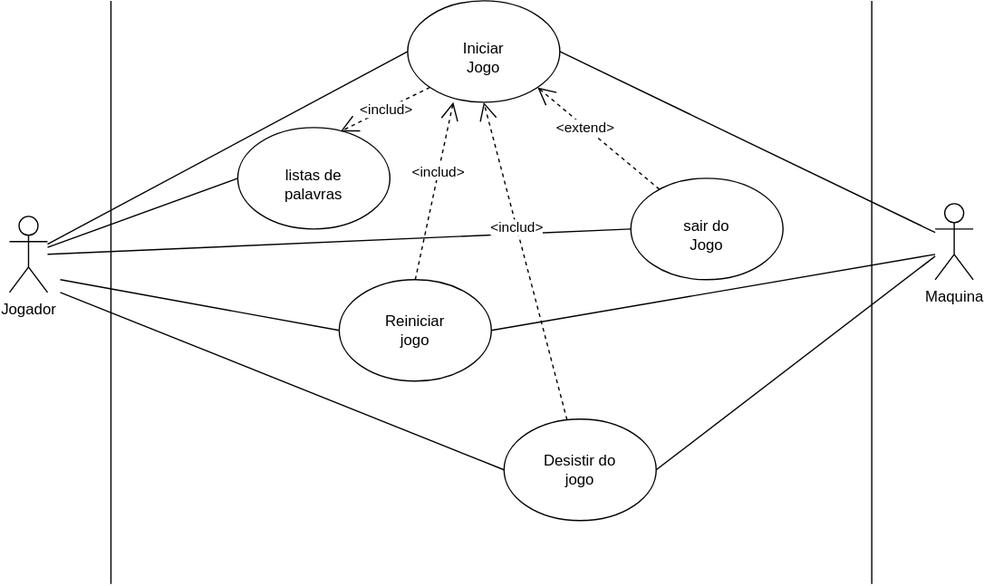
Rob3rt2/Jogo_forca keeps this draw.io diagram as diagrama caso de uso forca.drawio.svg. Above is the earlier version. Source tidied: cells renumbered, new cells last; positions are measured from the earlier drawing's top-left corner, leaving out a move shared by most shapes.
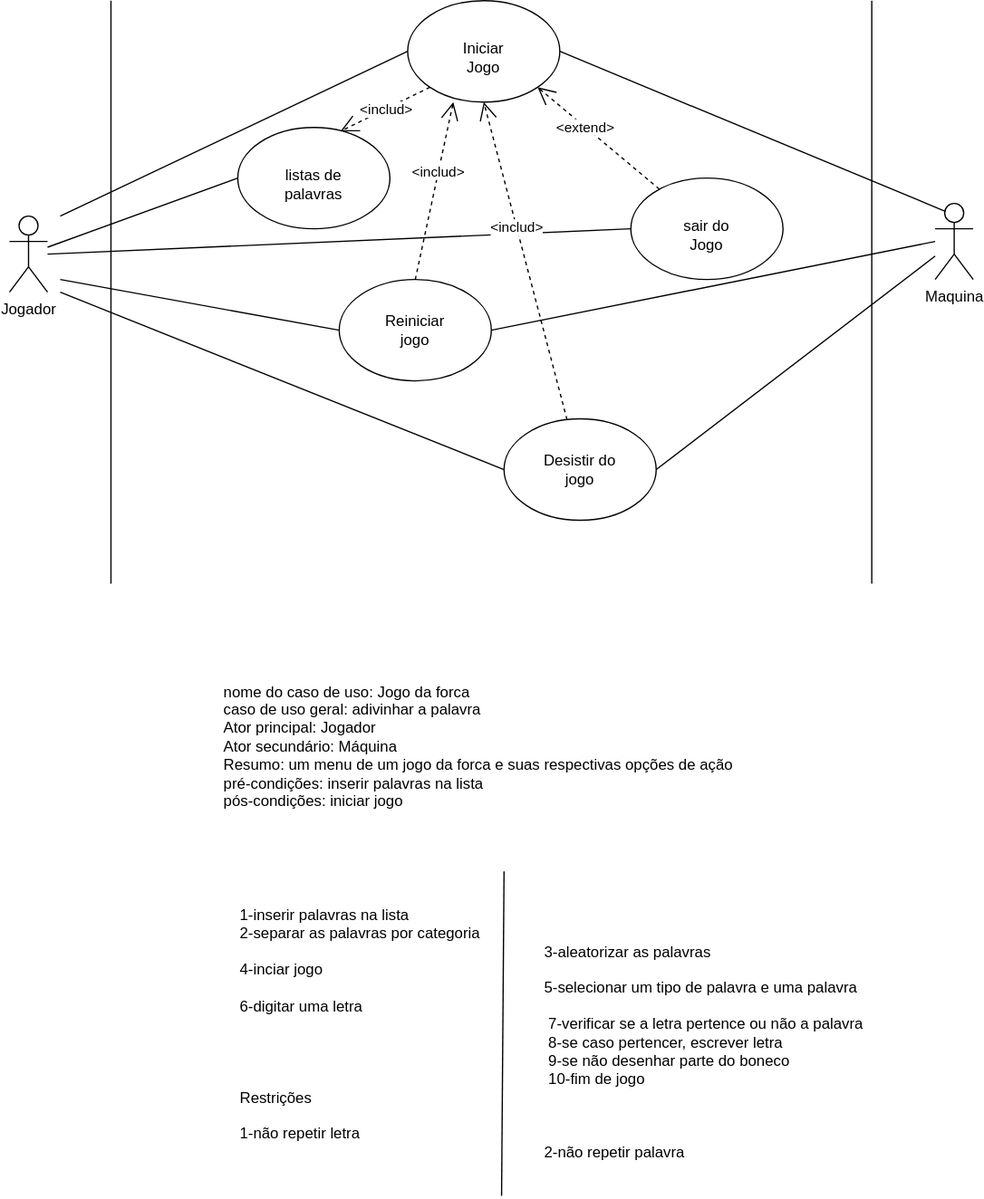
After the change.

Commit message:
adicionando documentação

Change to the diagram source:
```diff
@@ -32,10 +32,12 @@
     <mxCell id="9" value="Maquina" style="shape=umlActor;verticalLabelPosition=bottom;verticalAlign=top;html=1;outlineConnect=0;" parent="1" vertex="1">
       <mxGeometry x="730" y="160" width="30" height="60" as="geometry" />
     </mxCell>
-    <mxCell id="10" style="endArrow=none;html=1;rounded=0;entryX=0;entryY=0.5;entryDx=0;entryDy=0;" parent="1" edge="1" source="8" target="2">
-      <mxGeometry relative="1" as="geometry" />
+    <mxCell id="10" style="endArrow=none;html=1;rounded=0;entryX=0;entryY=0.5;entryDx=0;entryDy=0;" parent="1" edge="1" target="2">
+      <mxGeometry relative="1" as="geometry">
+        <mxPoint x="40" y="170" as="sourcePoint" />
+      </mxGeometry>
     </mxCell>
-    <mxCell id="11" style="endArrow=none;html=1;rounded=0;exitX=1;exitY=0.5;exitDx=0;exitDy=0;" parent="1" edge="1" source="2" target="9">
+    <mxCell id="11" style="endArrow=none;html=1;rounded=0;exitX=1;exitY=0.5;exitDx=0;exitDy=0;entryX=0.25;entryY=0.1;entryDx=0;entryDy=0;entryPerimeter=0;" parent="1" edge="1" source="2" target="9">
       <mxGeometry relative="1" as="geometry" />
     </mxCell>
     <mxCell id="12" value="Iniciar Jogo" style="text;html=1;strokeColor=none;fillColor=none;align=center;verticalAlign=middle;whiteSpace=wrap;rounded=0;" parent="1" vertex="1">
@@ -88,11 +90,23 @@
     </mxCell>
     <mxCell id="26" style="endArrow=none;html=1;rounded=0;exitX=1;exitY=0.5;exitDx=0;exitDy=0;" parent="1" edge="1" source="23">
       <mxGeometry relative="1" as="geometry">
-        <mxPoint x="730" y="200" as="targetPoint" />
+        <mxPoint x="730" y="190" as="targetPoint" />
       </mxGeometry>
     </mxCell>
     <mxCell id="27" value="&amp;lt;includ&amp;gt;" style="endArrow=open;endSize=12;dashed=1;html=1;rounded=0;entryX=0.3;entryY=1;entryDx=0;entryDy=0;exitX=0.5;exitY=0;exitDx=0;exitDy=0;entryPerimeter=0;" parent="1" edge="1" source="23" target="2">
       <mxGeometry x="0.21" relative="1" as="geometry" />
     </mxCell>
+    <mxCell id="28" value="&lt;div style=&quot;text-align: left;&quot;&gt;nome do caso de uso: Jogo da forca&lt;/div&gt;&lt;div style=&quot;text-align: left;&quot;&gt;caso de uso geral: adivinhar a palavra&lt;/div&gt;&lt;div style=&quot;text-align: left;&quot;&gt;Ator principal: Jogador&lt;/div&gt;&lt;div style=&quot;text-align: left;&quot;&gt;Ator secundário: Máquina&lt;/div&gt;&lt;div style=&quot;text-align: left;&quot;&gt;Resumo: um menu de um jogo da forca e suas respectivas opções de ação&lt;/div&gt;&lt;div style=&quot;text-align: left;&quot;&gt;pré-condições: inserir palavras na lista&lt;/div&gt;&lt;div style=&quot;text-align: left;&quot;&gt;pós-condições: iniciar jogo&lt;/div&gt;&lt;div style=&quot;text-align: left;&quot;&gt;&lt;br&gt;&lt;/div&gt;&lt;div&gt;&lt;br&gt;&lt;/div&gt;&lt;div&gt;&lt;br&gt;&lt;/div&gt;" style="text;html=1;strokeColor=none;fillColor=none;align=center;verticalAlign=middle;whiteSpace=wrap;rounded=0;" parent="1" vertex="1">
+      <mxGeometry x="100" y="520" width="540" height="180" as="geometry" />
+    </mxCell>
+    <mxCell id="29" value="&lt;div style=&quot;border-color: var(--border-color);&quot;&gt;1-inserir palavras na lista&lt;/div&gt;&lt;div style=&quot;border-color: var(--border-color);&quot;&gt;2-separar as palavras por categoria&lt;/div&gt;&lt;div style=&quot;border-color: var(--border-color);&quot;&gt;&lt;span style=&quot;border-color: var(--border-color);&quot;&gt;&lt;span style=&quot;border-color: var(--border-color);&quot;&gt;&lt;span style=&quot;border-color: var(--border-color);&quot;&gt;&amp;nbsp;&amp;nbsp;&amp;nbsp;&amp;nbsp;&lt;/span&gt;&lt;span style=&quot;border-color: var(--border-color);&quot;&gt;&amp;nbsp;&amp;nbsp;&amp;nbsp;&amp;nbsp;&lt;/span&gt;&lt;span style=&quot;border-color: var(--border-color);&quot;&gt;&amp;nbsp;&amp;nbsp;&amp;nbsp;&amp;nbsp;&lt;/span&gt;&lt;span style=&quot;border-color: var(--border-color);&quot;&gt;&amp;nbsp;&amp;nbsp;&amp;nbsp;&amp;nbsp;&lt;span style=&quot;white-space: pre;&quot;&gt;&#9;&lt;/span&gt;&lt;span style=&quot;white-space: pre;&quot;&gt;&#9;&lt;/span&gt;&lt;span style=&quot;white-space: pre;&quot;&gt;&#9;&lt;/span&gt;&lt;span style=&quot;white-space: pre;&quot;&gt;&#9;&lt;/span&gt;&lt;span style=&quot;white-space: pre;&quot;&gt;&#9;&lt;/span&gt;&lt;span style=&quot;white-space: pre;&quot;&gt;&#9;&lt;/span&gt;&lt;span style=&quot;white-space: pre;&quot;&gt;&#9;&lt;/span&gt;&lt;/span&gt;&lt;/span&gt;3-aleatorizar as palavras&lt;/span&gt;&lt;/div&gt;&lt;div style=&quot;border-color: var(--border-color);&quot;&gt;4-inciar jogo&lt;/div&gt;&lt;div style=&quot;border-color: var(--border-color);&quot;&gt;&lt;span style=&quot;border-color: var(--border-color);&quot;&gt;&lt;span style=&quot;border-color: var(--border-color);&quot;&gt;&lt;span style=&quot;border-color: var(--border-color);&quot;&gt;&amp;nbsp;&amp;nbsp;&amp;nbsp;&amp;nbsp;&lt;/span&gt;&lt;span style=&quot;border-color: var(--border-color);&quot;&gt;&amp;nbsp;&amp;nbsp;&amp;nbsp;&amp;nbsp;&lt;/span&gt;&lt;span style=&quot;border-color: var(--border-color);&quot;&gt;&amp;nbsp;&amp;nbsp;&amp;nbsp;&amp;nbsp;&lt;/span&gt;&lt;span style=&quot;border-color: var(--border-color);&quot;&gt;&amp;nbsp;&amp;nbsp;&amp;nbsp;&amp;nbsp;&lt;span style=&quot;white-space: pre;&quot;&gt;&#9;&lt;/span&gt;&lt;span style=&quot;white-space: pre;&quot;&gt;&#9;&lt;/span&gt;&lt;span style=&quot;white-space: pre;&quot;&gt;&#9;&lt;/span&gt;&lt;span style=&quot;white-space: pre;&quot;&gt;&#9;&lt;/span&gt;&lt;span style=&quot;white-space: pre;&quot;&gt;&#9;&lt;/span&gt;&lt;span style=&quot;white-space: pre;&quot;&gt;&#9;&lt;/span&gt;&lt;span style=&quot;white-space: pre;&quot;&gt;&#9;&lt;/span&gt;&lt;/span&gt;&lt;/span&gt;5-selecionar um tipo de palavra e uma palavra&lt;/span&gt;&lt;/div&gt;&lt;div style=&quot;border-color: var(--border-color);&quot;&gt;6-digitar uma letra&lt;/div&gt;&lt;div style=&quot;border-color: var(--border-color);&quot;&gt;&lt;span style=&quot;border-color: var(--border-color);&quot;&gt;&lt;span style=&quot;border-color: var(--border-color);&quot;&gt;&lt;span style=&quot;border-color: var(--border-color);&quot;&gt;&amp;nbsp;&amp;nbsp;&amp;nbsp;&amp;nbsp;&lt;/span&gt;&lt;span style=&quot;border-color: var(--border-color);&quot;&gt;&amp;nbsp;&amp;nbsp;&amp;nbsp;&amp;nbsp;&lt;/span&gt;&lt;span style=&quot;border-color: var(--border-color);&quot;&gt;&amp;nbsp;&amp;nbsp;&amp;nbsp;&amp;nbsp;&lt;/span&gt;&lt;span style=&quot;border-color: var(--border-color);&quot;&gt;&amp;nbsp;&amp;nbsp;&amp;nbsp;&amp;nbsp;&lt;span style=&quot;white-space: pre;&quot;&gt;&#9;&lt;/span&gt;&lt;span style=&quot;white-space: pre;&quot;&gt;&#9;&lt;/span&gt;&lt;span style=&quot;white-space: pre;&quot;&gt;&#9;&lt;/span&gt;&lt;span style=&quot;white-space: pre;&quot;&gt;&#9;&lt;/span&gt;&lt;span style=&quot;white-space: pre;&quot;&gt;&#9;&lt;/span&gt;&lt;span style=&quot;white-space: pre;&quot;&gt;&#9;&lt;/span&gt;&lt;span style=&quot;white-space: pre;&quot;&gt;&#9;&lt;/span&gt;&amp;nbsp;&lt;/span&gt;&lt;/span&gt;7-verificar se a letra pertence ou não a palavra&lt;/span&gt;&lt;/div&gt;&lt;div style=&quot;border-color: var(--border-color);&quot;&gt;&lt;span style=&quot;border-color: var(--border-color);&quot;&gt;&lt;span style=&quot;border-color: var(--border-color);&quot;&gt;&lt;span style=&quot;border-color: var(--border-color);&quot;&gt;&amp;nbsp;&amp;nbsp;&amp;nbsp;&amp;nbsp;&lt;/span&gt;&lt;span style=&quot;border-color: var(--border-color);&quot;&gt;&amp;nbsp;&amp;nbsp;&amp;nbsp;&amp;nbsp;&lt;/span&gt;&lt;span style=&quot;border-color: var(--border-color);&quot;&gt;&amp;nbsp;&amp;nbsp;&amp;nbsp;&amp;nbsp;&lt;/span&gt;&lt;span style=&quot;border-color: var(--border-color);&quot;&gt;&amp;nbsp;&amp;nbsp;&amp;nbsp;&lt;span style=&quot;white-space: pre;&quot;&gt;&#9;&lt;/span&gt;&lt;span style=&quot;white-space: pre;&quot;&gt;&#9;&lt;/span&gt;&lt;span style=&quot;white-space: pre;&quot;&gt;&#9;&lt;/span&gt;&lt;span style=&quot;white-space: pre;&quot;&gt;&#9;&lt;/span&gt;&lt;span style=&quot;white-space: pre;&quot;&gt;&#9;&lt;/span&gt;&lt;span style=&quot;white-space: pre;&quot;&gt;&#9;&lt;/span&gt;&lt;span style=&quot;white-space: pre;&quot;&gt;&#9;&lt;/span&gt;&lt;span style=&quot;white-space: pre;&quot;&gt;&#9;&lt;/span&gt;&amp;nbsp;&lt;/span&gt;&lt;/span&gt;8-se caso pertencer, escrever letra&amp;nbsp;&lt;/span&gt;&lt;/div&gt;&lt;div style=&quot;border-color: var(--border-color);&quot;&gt;&lt;span style=&quot;border-color: var(--border-color);&quot;&gt;&lt;span style=&quot;border-color: var(--border-color);&quot;&gt;&lt;span style=&quot;border-color: var(--border-color);&quot;&gt;&amp;nbsp;&amp;nbsp;&amp;nbsp;&amp;nbsp;&lt;/span&gt;&lt;span style=&quot;border-color: var(--border-color);&quot;&gt;&amp;nbsp;&amp;nbsp;&amp;nbsp;&amp;nbsp;&lt;/span&gt;&lt;span style=&quot;border-color: var(--border-color);&quot;&gt;&amp;nbsp;&amp;nbsp;&amp;nbsp;&amp;nbsp;&lt;/span&gt;&lt;span style=&quot;border-color: var(--border-color);&quot;&gt;&amp;nbsp;&amp;nbsp;&amp;nbsp;&amp;nbsp;&lt;span style=&quot;white-space: pre;&quot;&gt;&#9;&lt;/span&gt;&lt;span style=&quot;white-space: pre;&quot;&gt;&#9;&lt;/span&gt;&lt;span style=&quot;white-space: pre;&quot;&gt;&#9;&lt;/span&gt;&lt;span style=&quot;white-space: pre;&quot;&gt;&#9;&lt;/span&gt;&lt;span style=&quot;white-space: pre;&quot;&gt;&#9;&lt;/span&gt;&lt;span style=&quot;white-space: pre;&quot;&gt;&#9;&lt;/span&gt;&lt;span style=&quot;white-space: pre;&quot;&gt;&#9;&lt;/span&gt;&amp;nbsp;&lt;/span&gt;&lt;/span&gt;9-se não desenhar parte do boneco&lt;/span&gt;&lt;/div&gt;&lt;div style=&quot;border-color: var(--border-color);&quot;&gt;&lt;span style=&quot;border-color: var(--border-color);&quot;&gt;&lt;span style=&quot;border-color: var(--border-color);&quot;&gt;&lt;span style=&quot;border-color: var(--border-color);&quot;&gt;&amp;nbsp;&amp;nbsp;&amp;nbsp;&amp;nbsp;&lt;/span&gt;&lt;span style=&quot;border-color: var(--border-color);&quot;&gt;&amp;nbsp;&amp;nbsp;&amp;nbsp;&amp;nbsp;&lt;/span&gt;&lt;span style=&quot;border-color: var(--border-color);&quot;&gt;&amp;nbsp;&amp;nbsp;&amp;nbsp;&amp;nbsp;&lt;/span&gt;&lt;span style=&quot;border-color: var(--border-color);&quot;&gt;&amp;nbsp;&amp;nbsp;&amp;nbsp;&lt;span style=&quot;white-space: pre;&quot;&gt;&#9;&lt;/span&gt;&lt;span style=&quot;white-space: pre;&quot;&gt;&#9;&lt;/span&gt;&lt;span style=&quot;white-space: pre;&quot;&gt;&#9;&lt;/span&gt;&lt;span style=&quot;white-space: pre;&quot;&gt;&#9;&lt;/span&gt;&lt;span style=&quot;white-space: pre;&quot;&gt;&#9;&lt;/span&gt;&lt;span style=&quot;white-space: pre;&quot;&gt;&#9;&lt;/span&gt;&lt;span style=&quot;white-space: pre;&quot;&gt;&#9;&lt;/span&gt;&lt;span style=&quot;white-space: pre;&quot;&gt;&#9;&lt;/span&gt;&amp;nbsp;&lt;/span&gt;&lt;/span&gt;10-fim de jogo&lt;/span&gt;&lt;/div&gt;&lt;div style=&quot;border-color: var(--border-color);&quot;&gt;Restrições&lt;/div&gt;&lt;div style=&quot;border-color: var(--border-color);&quot;&gt;&lt;br style=&quot;border-color: var(--border-color);&quot;&gt;&lt;/div&gt;&lt;div style=&quot;border-color: var(--border-color);&quot;&gt;1-não repetir letra&lt;/div&gt;&lt;div style=&quot;border-color: var(--border-color);&quot;&gt;&lt;span style=&quot;border-color: var(--border-color);&quot;&gt;&lt;span style=&quot;border-color: var(--border-color);&quot;&gt;&lt;span style=&quot;border-color: var(--border-color);&quot;&gt;&amp;nbsp;&amp;nbsp;&amp;nbsp;&amp;nbsp;&lt;/span&gt;&lt;span style=&quot;border-color: var(--border-color);&quot;&gt;&amp;nbsp;&amp;nbsp;&amp;nbsp;&amp;nbsp;&lt;/span&gt;&lt;span style=&quot;border-color: var(--border-color);&quot;&gt;&amp;nbsp;&amp;nbsp;&amp;nbsp;&amp;nbsp;&lt;/span&gt;&lt;span style=&quot;border-color: var(--border-color);&quot;&gt;&amp;nbsp;&amp;nbsp;&amp;nbsp;&amp;nbsp;&lt;span style=&quot;white-space: pre;&quot;&gt;&#9;&lt;/span&gt;&lt;span style=&quot;white-space: pre;&quot;&gt;&#9;&lt;/span&gt;&lt;span style=&quot;white-space: pre;&quot;&gt;&#9;&lt;/span&gt;&lt;span style=&quot;white-space: pre;&quot;&gt;&#9;&lt;/span&gt;&lt;span style=&quot;white-space: pre;&quot;&gt;&#9;&lt;/span&gt;&lt;span style=&quot;white-space: pre;&quot;&gt;&#9;&lt;/span&gt;&lt;span style=&quot;white-space: pre;&quot;&gt;&#9;&lt;/span&gt;&lt;/span&gt;&lt;/span&gt;2-não repetir palavra&lt;/span&gt;&lt;/div&gt;" style="text;html=1;strokeColor=none;fillColor=none;align=left;verticalAlign=middle;whiteSpace=wrap;rounded=0;" parent="1" vertex="1">
+      <mxGeometry x="180" y="780" width="540" height="70" as="geometry" />
+    </mxCell>
+    <mxCell id="30" style="endArrow=none;html=1;rounded=0;entryX=0.411;entryY=1.022;entryDx=0;entryDy=0;entryPerimeter=0;" parent="1" edge="1">
+      <mxGeometry relative="1" as="geometry">
+        <mxPoint x="388.1" y="943" as="sourcePoint" />
+        <mxPoint x="390" y="687" as="targetPoint" />
+      </mxGeometry>
+    </mxCell>
   </root>
 </mxGraphModel>
```
